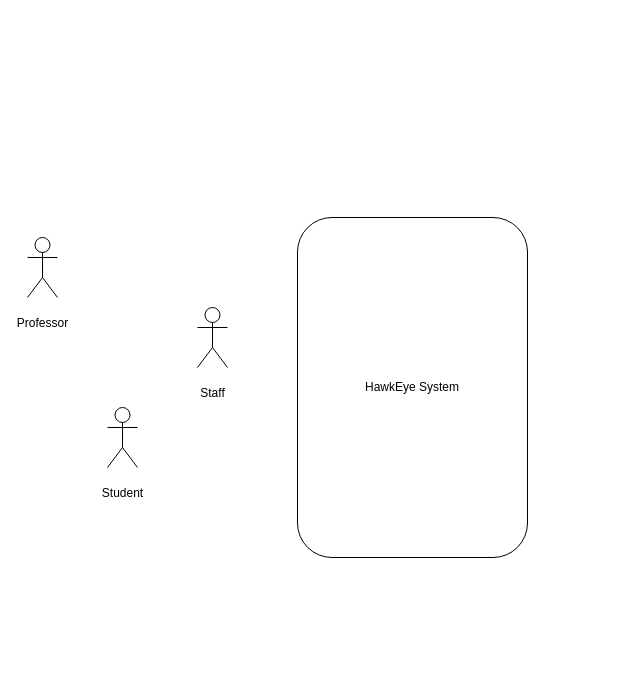
The draw.io diagram Untitled Diagram.drawio in tlfzgjadyd/SoftwareAnalysisDesign, before the edit. Source tidied: cells renumbered, new cells numbered last; positions are measured from the earlier drawing's top-left corner, leaving out a move shared by most shapes. Both pictures are drawn from the tidied source at 100%, with x=0, y=0 at pixel (27, 217).
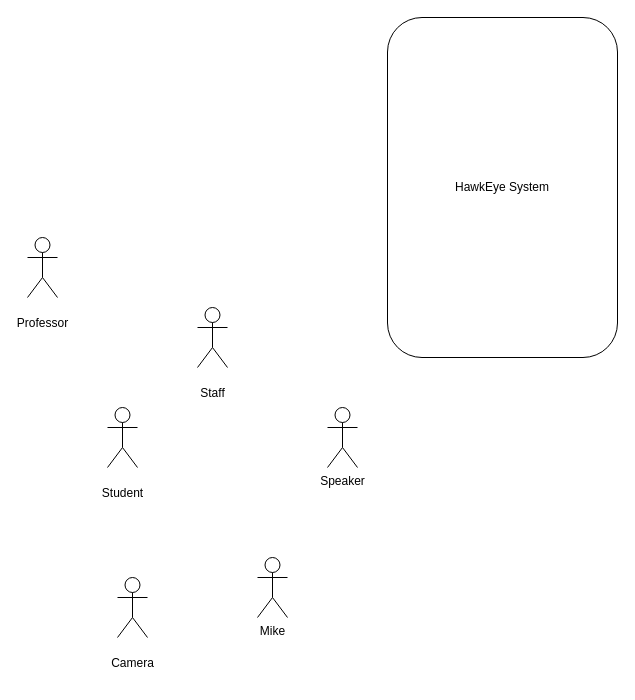
Above is the later version.

Diff of the diagram source:
```diff
@@
 <mxGraphModel>
   <root>
     <mxCell id="0" />
     <mxCell id="1" parent="0" />
     <mxCell id="2" value="&lt;p&gt;Staff&lt;/p&gt;" style="shape=umlActor;verticalLabelPosition=bottom;verticalAlign=top;html=1;" parent="1" vertex="1">
       <mxGeometry x="170" y="90" width="30" height="60" as="geometry" />
     </mxCell>
     <mxCell id="3" value="HawkEye System" style="rounded=1;whiteSpace=wrap;html=1;" parent="1" vertex="1">
-      <mxGeometry x="270" width="230" height="340" as="geometry" />
+      <mxGeometry x="360" y="-200" width="230" height="340" as="geometry" />
     </mxCell>
     <mxCell id="4" value="&lt;p&gt;Student&lt;/p&gt;" style="shape=umlActor;verticalLabelPosition=bottom;verticalAlign=top;html=1;" parent="1" vertex="1">
       <mxGeometry x="80" y="190" width="30" height="60" as="geometry" />
     </mxCell>
     <mxCell id="5" value="&lt;p&gt;Professor&lt;/p&gt;&lt;p&gt;&lt;br&gt;&lt;/p&gt;" style="shape=umlActor;verticalLabelPosition=bottom;verticalAlign=top;html=1;" parent="1" vertex="1">
       <mxGeometry y="20" width="30" height="60" as="geometry" />
     </mxCell>
+    <mxCell id="6" value="Speaker" style="shape=umlActor;verticalLabelPosition=bottom;verticalAlign=top;html=1;" parent="1" vertex="1">
+      <mxGeometry x="300" y="190" width="30" height="60" as="geometry" />
+    </mxCell>
+    <mxCell id="7" value="Mike" style="shape=umlActor;verticalLabelPosition=bottom;verticalAlign=top;html=1;" parent="1" vertex="1">
+      <mxGeometry x="230" y="340" width="30" height="60" as="geometry" />
+    </mxCell>
+    <mxCell id="8" value="&lt;p&gt;Camera&lt;/p&gt;" style="shape=umlActor;verticalLabelPosition=bottom;verticalAlign=top;html=1;" parent="1" vertex="1">
+      <mxGeometry x="90" y="360" width="30" height="60" as="geometry" />
+    </mxCell>
   </root>
 </mxGraphModel>
```
